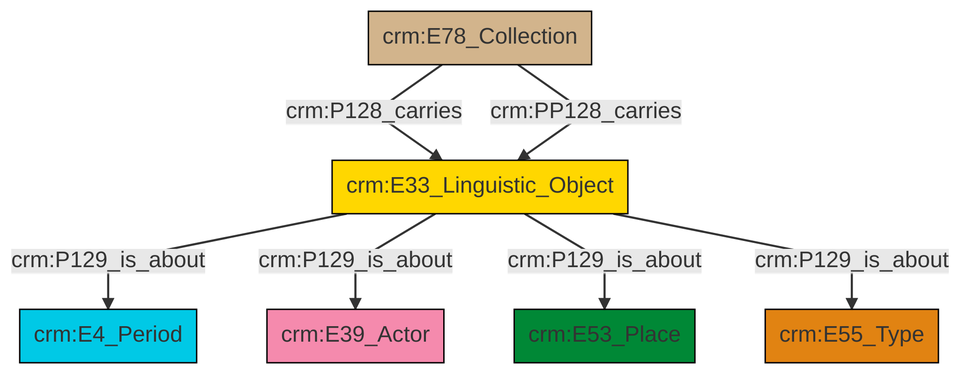
Before: et/archivalCSV/ttl/mmd/png/archival_aboutness.png, a diagram exported from Mermaid (swiss-art-research-net/docs.swissartresearch). Its source is kept beside it as et/archivalCSV/ttl/mmd/archival_aboutness.ttl.mmd.
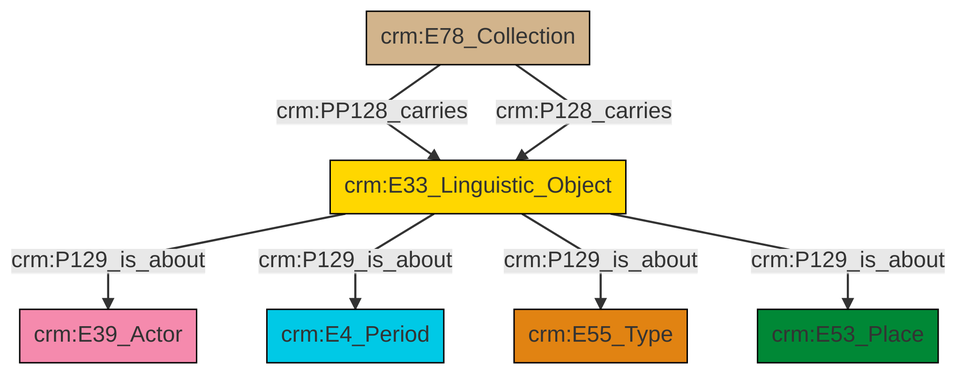
Above is the later version.

The edit, as a diff of the source:
```diff
@@ -13,9 +13,9 @@
 classDef PC_Classes fill:#4ce600, stroke:#000000;
 classDef Multi fill:#cccccc,stroke:#000000;
 
-0["crm:E33_Linguistic_Object"]:::Conceptual_Object -->|crm:P129_is_about| 1["crm:E4_Period"]:::Temporal_Entity
-4["crm:E78_Collection"]:::Physical_Thing -->|crm:P128_carries| 0["crm:E33_Linguistic_Object"]:::Conceptual_Object
-0["crm:E33_Linguistic_Object"]:::Conceptual_Object -->|crm:P129_is_about| 2["crm:E39_Actor"]:::Actor
-0["crm:E33_Linguistic_Object"]:::Conceptual_Object -->|crm:P129_is_about| 6["crm:E53_Place"]:::Place
-4["crm:E78_Collection"]:::Physical_Thing -->|crm:PP128_carries| 0["crm:E33_Linguistic_Object"]:::Conceptual_Object
-0["crm:E33_Linguistic_Object"]:::Conceptual_Object -->|crm:P129_is_about| 9["crm:E55_Type"]:::Type
+4["crm:E33_Linguistic_Object"]:::Conceptual_Object -->|crm:P129_is_about| 5["crm:E39_Actor"]:::Actor
+4["crm:E33_Linguistic_Object"]:::Conceptual_Object -->|crm:P129_is_about| 2["crm:E4_Period"]:::Temporal_Entity
+7["crm:E78_Collection"]:::Physical_Thing -->|crm:PP128_carries| 4["crm:E33_Linguistic_Object"]:::Conceptual_Object
+4["crm:E33_Linguistic_Object"]:::Conceptual_Object -->|crm:P129_is_about| 0["crm:E55_Type"]:::Type
+7["crm:E78_Collection"]:::Physical_Thing -->|crm:P128_carries| 4["crm:E33_Linguistic_Object"]:::Conceptual_Object
+4["crm:E33_Linguistic_Object"]:::Conceptual_Object -->|crm:P129_is_about| 8["crm:E53_Place"]:::Place
```
